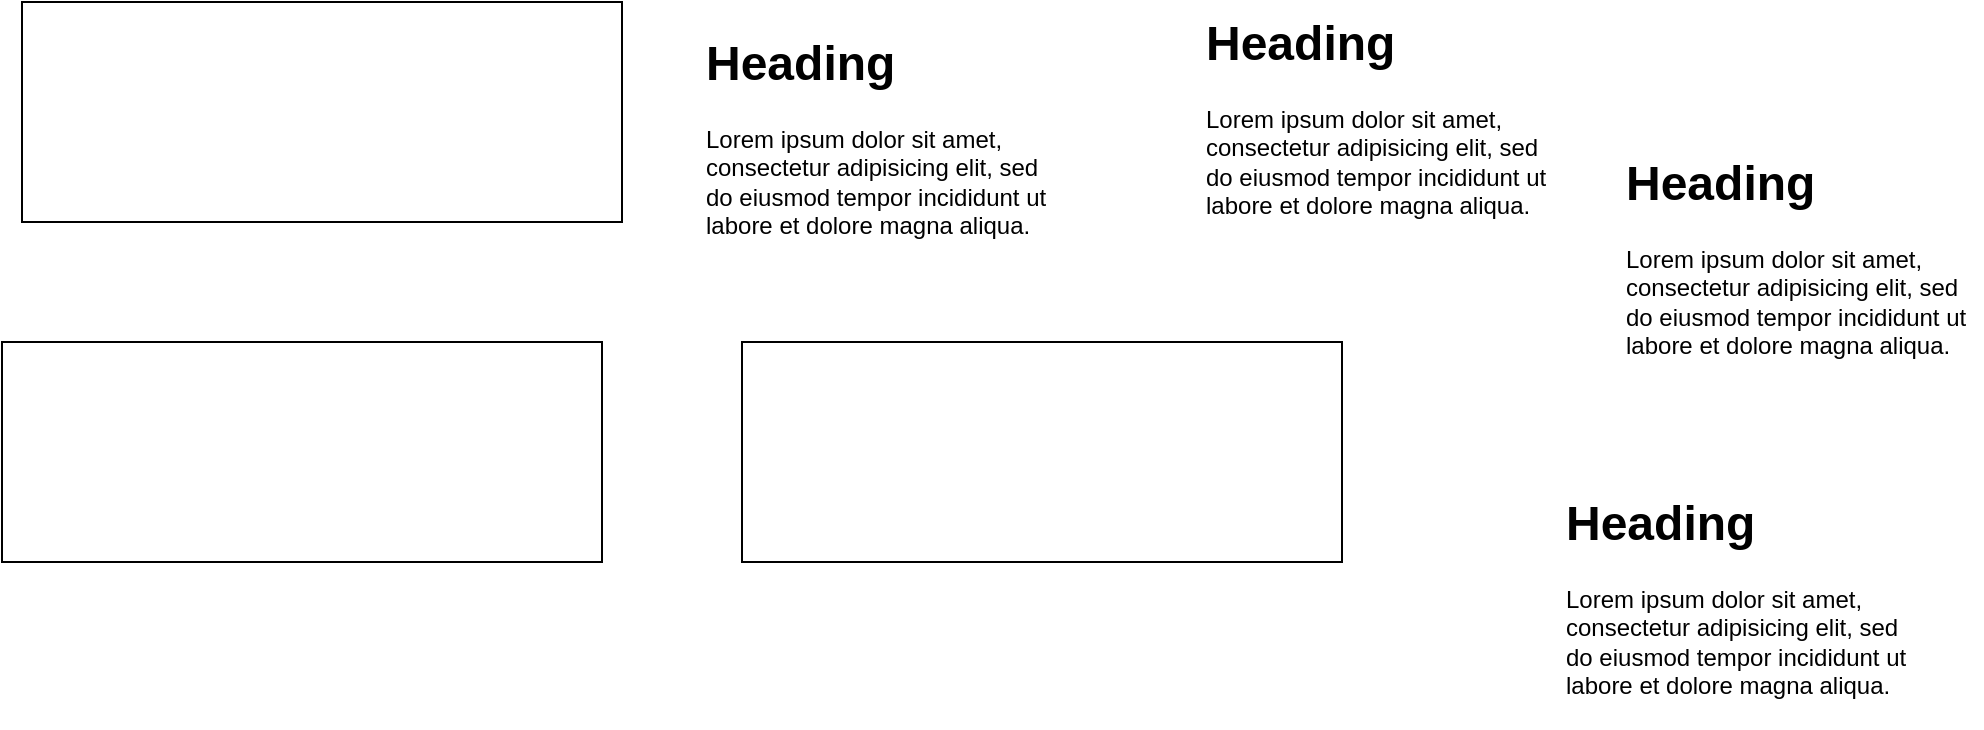
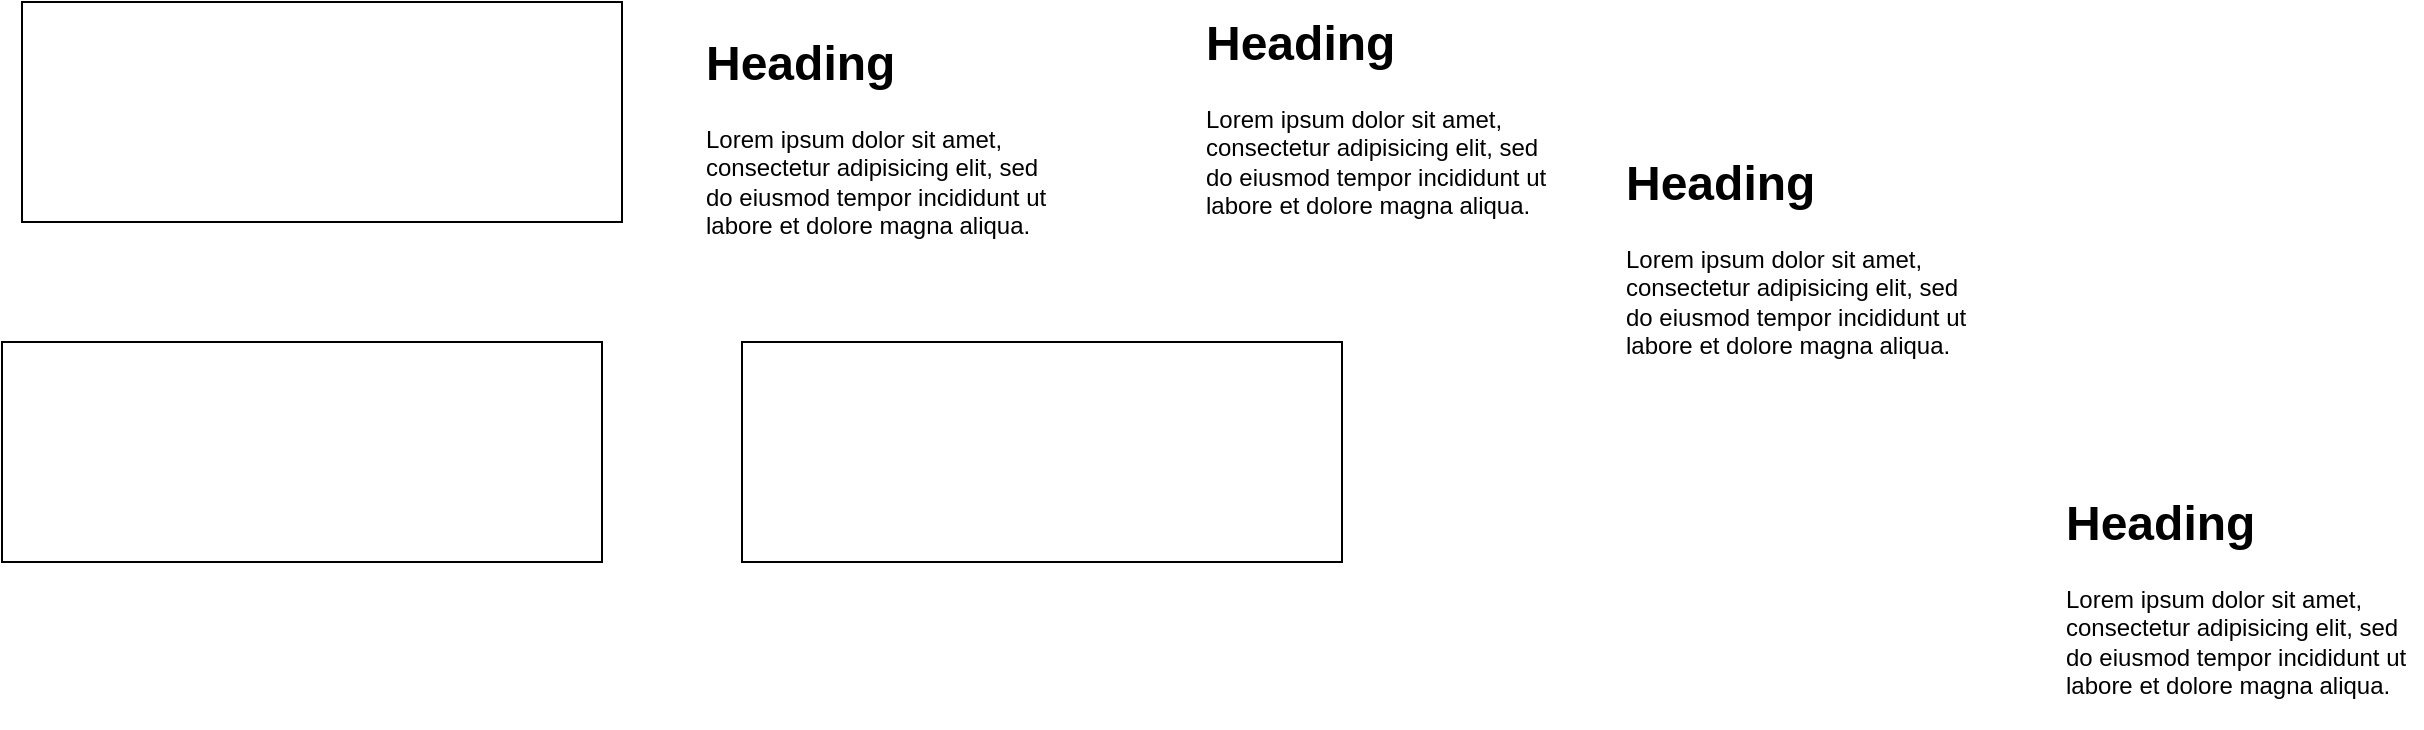
<mxfile host="localhost" agent="Mozilla/5.0 (Macintosh; Intel Mac OS X 10_15_7) AppleWebKit/537.36 (KHTML, like Gecko) Chrome/147.0.0.0 Safari/537.36">
  <diagram name="Página-1" id="PpJXZ58JPKweFJ5g2vKQ">
-     <mxGraphModel dx="1032" dy="900" grid="1" gridSize="10" guides="1" tooltips="1" connect="1" arrows="1" fold="1" page="1" pageScale="1" pageWidth="827" pageHeight="1169" math="0" shadow="0">
+     <mxGraphModel dx="1885" dy="1039" grid="1" gridSize="10" guides="1" tooltips="1" connect="1" arrows="1" fold="1" page="1" pageScale="1" pageWidth="827" pageHeight="1169" math="0" shadow="0">
      <root>
        <mxCell id="0" />
        <mxCell id="1" parent="0" />
        <mxCell id="0c2okGh_P4Jde1He3tue-1" parent="1" style="rounded=0;whiteSpace=wrap;html=1;" value="" vertex="1">
          <mxGeometry height="110" width="300" x="180" y="120" as="geometry" />
        </mxCell>
        <mxCell id="0c2okGh_P4Jde1He3tue-2" parent="1" style="rounded=0;whiteSpace=wrap;html=1;" value="" vertex="1">
          <mxGeometry height="110" width="300" x="170" y="290" as="geometry" />
        </mxCell>
        <mxCell id="0c2okGh_P4Jde1He3tue-3" parent="1" style="text;html=1;whiteSpace=wrap;overflow=hidden;rounded=0;" value="&lt;h1 style=&quot;margin-top: 0px;&quot;&gt;Heading&lt;/h1&gt;&lt;p&gt;Lorem ipsum dolor sit amet, consectetur adipisicing elit, sed do eiusmod tempor incididunt ut labore et dolore magna aliqua.&lt;/p&gt;" vertex="1">
          <mxGeometry height="120" width="180" x="520" y="130" as="geometry" />
        </mxCell>
        <mxCell id="0c2okGh_P4Jde1He3tue-4" parent="1" style="rounded=0;whiteSpace=wrap;html=1;" value="" vertex="1">
          <mxGeometry height="110" width="300" x="540" y="290" as="geometry" />
        </mxCell>
        <mxCell id="AVF8oEmGqcoMN1feT7gT-1" parent="1" style="text;html=1;whiteSpace=wrap;overflow=hidden;rounded=0;" value="&lt;h1 style=&quot;margin-top: 0px;&quot;&gt;Heading&lt;/h1&gt;&lt;p&gt;Lorem ipsum dolor sit amet, consectetur adipisicing elit, sed do eiusmod tempor incididunt ut labore et dolore magna aliqua.&lt;/p&gt;" vertex="1">
          <mxGeometry height="120" width="180" x="770" y="120" as="geometry" />
        </mxCell>
        <mxCell id="faJUVJwyH3vvViO4HGVn-1" parent="1" style="text;html=1;whiteSpace=wrap;overflow=hidden;rounded=0;fontFamily=Helvetica;fontSize=12;fontColor=default;" value="&lt;h1 style=&quot;margin-top: 0px;&quot;&gt;Heading&lt;/h1&gt;&lt;p&gt;Lorem ipsum dolor sit amet, consectetur adipisicing elit, sed do eiusmod tempor incididunt ut labore et dolore magna aliqua.&lt;/p&gt;" vertex="1">
          <mxGeometry height="120" width="180" x="980" y="190" as="geometry" />
        </mxCell>
        <mxCell id="MfAx9cMXDbA3-_S4UvpU-1" parent="1" style="text;html=1;whiteSpace=wrap;overflow=hidden;rounded=0;fontFamily=Helvetica;fontSize=12;fontColor=default;" value="&lt;h1 style=&quot;margin-top: 0px;&quot;&gt;Heading&lt;/h1&gt;&lt;p&gt;Lorem ipsum dolor sit amet, consectetur adipisicing elit, sed do eiusmod tempor incididunt ut labore et dolore magna aliqua.&lt;/p&gt;" vertex="1">
-           <mxGeometry height="120" width="180" x="950" y="360" as="geometry" />
+           <mxGeometry height="120" width="180" x="1200" y="360" as="geometry" />
        </mxCell>
      </root>
    </mxGraphModel>
  </diagram>
</mxfile>
